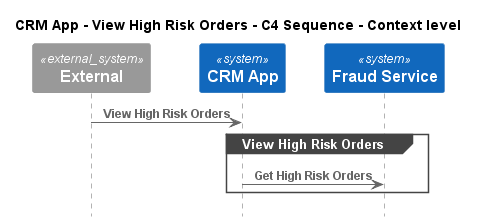
C4InterFlow/architecture-as-code-samples keeps this PlantUML diagram as e-commerce-platform/Software Systems/CRM App/Interfaces/View High Risk Orders/Context - C4 Sequence.png. Above is the earlier version. Source of this version:
```plantuml
@startuml
!pragma layout smetana
!include ..\..\..\..\.c4s\C4_Sequence.puml

title CRM App - View High Risk Orders - C4 Sequence - Context level

System_Ext(C4InterFlow.SoftwareSystems.ExternalSystem, "External", "")
System(ECommercePlatform.SoftwareSystems.CRMApp, "CRM App", "")
System(ECommercePlatform.SoftwareSystems.FraudService, "Fraud Service", "")

Rel(C4InterFlow.SoftwareSystems.ExternalSystem, ECommercePlatform.SoftwareSystems.CRMApp, "View High Risk Orders")
group View High Risk Orders
Rel(ECommercePlatform.SoftwareSystems.CRMApp, ECommercePlatform.SoftwareSystems.FraudService, "Get High Risk Orders")
end


@enduml
```
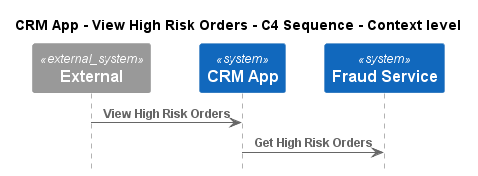
After the change.

The edit, as a diff of the source:
```diff
@@ -9,9 +9,7 @@
 System(ECommercePlatform.SoftwareSystems.FraudService, "Fraud Service", "")
 
 Rel(C4InterFlow.SoftwareSystems.ExternalSystem, ECommercePlatform.SoftwareSystems.CRMApp, "View High Risk Orders")
-group View High Risk Orders
 Rel(ECommercePlatform.SoftwareSystems.CRMApp, ECommercePlatform.SoftwareSystems.FraudService, "Get High Risk Orders")
-end
 
 
 @enduml
```
